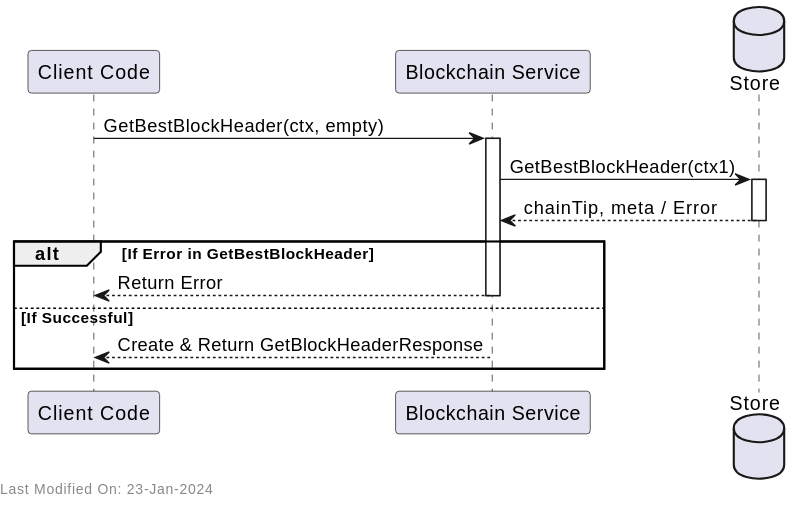
Above: docs/services/img/plantuml/blockchain/blockchain_get_best_block_header.svg in freemans13/teranode (PlantUML), before the change.
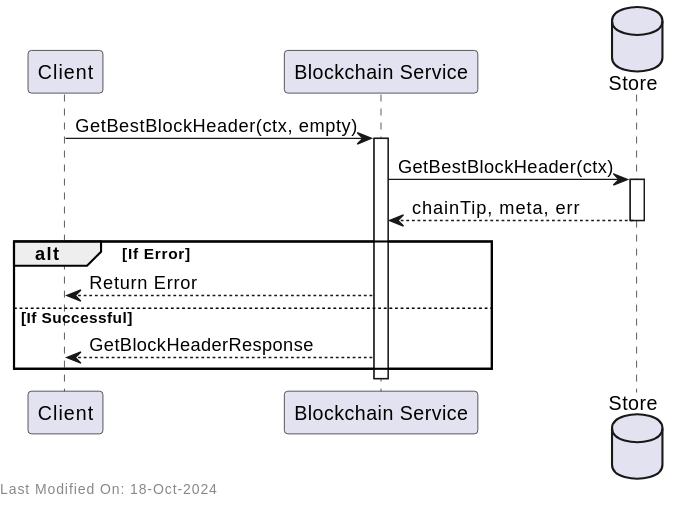
Above is the later version.

Commit message:
Documentation - restructure Blockchain Service documentation for better separation of design and reference documents #1401

Diff of the diagram source:
```diff
@@ -1,24 +1,23 @@
 @startuml
-participant "Client Code" as Client
+participant "Client" as Client
 participant "Blockchain Service" as Service
 database "Store" as Store
 
 Client -> Service: GetBestBlockHeader(ctx, empty)
 activate Service
 
-Service -> Store: GetBestBlockHeader(ctx1)
+Service -> Store: GetBestBlockHeader(ctx)
 activate Store
-Store --> Service: chainTip, meta / Error
+Store --> Service: chainTip, meta, err
 deactivate Store
 
-alt If Error in GetBestBlockHeader
+alt If Error
     Service --> Client: Return Error
-    deactivate Service
 else If Successful
-    Service --> Client: Create & Return GetBlockHeaderResponse
+    Service --> Client: GetBlockHeaderResponse
 end
 
 deactivate Service
 
-left footer Last Modified On: 23-Jan-2024
+left footer Last Modified On: %date("dd-MMM-yyyy")
 @enduml
```
